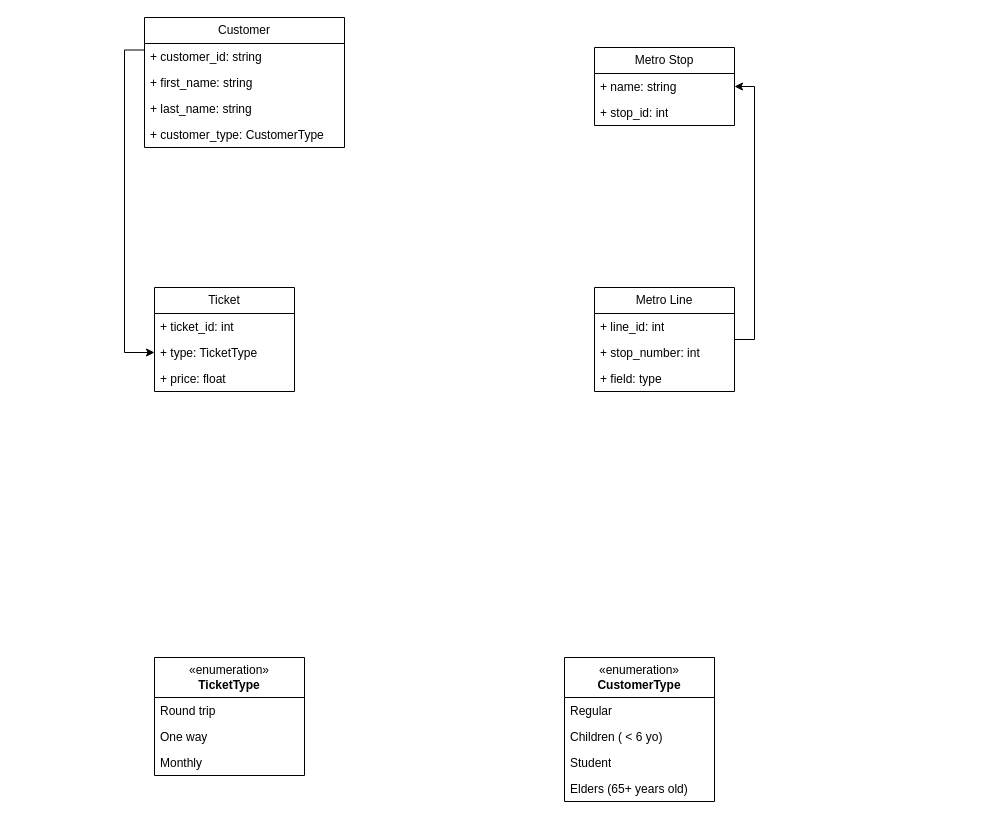
Earlier version of the draw.io diagram metro_project.drawio (emochivo/the_metro_project). Source tidied: cells renumbered, new cells numbered last; positions are measured from the earlier drawing's top-left corner, leaving out a move shared by most shapes. Both pictures are drawn from the tidied source at 100%, with x=0, y=0 at pixel (144, 17).
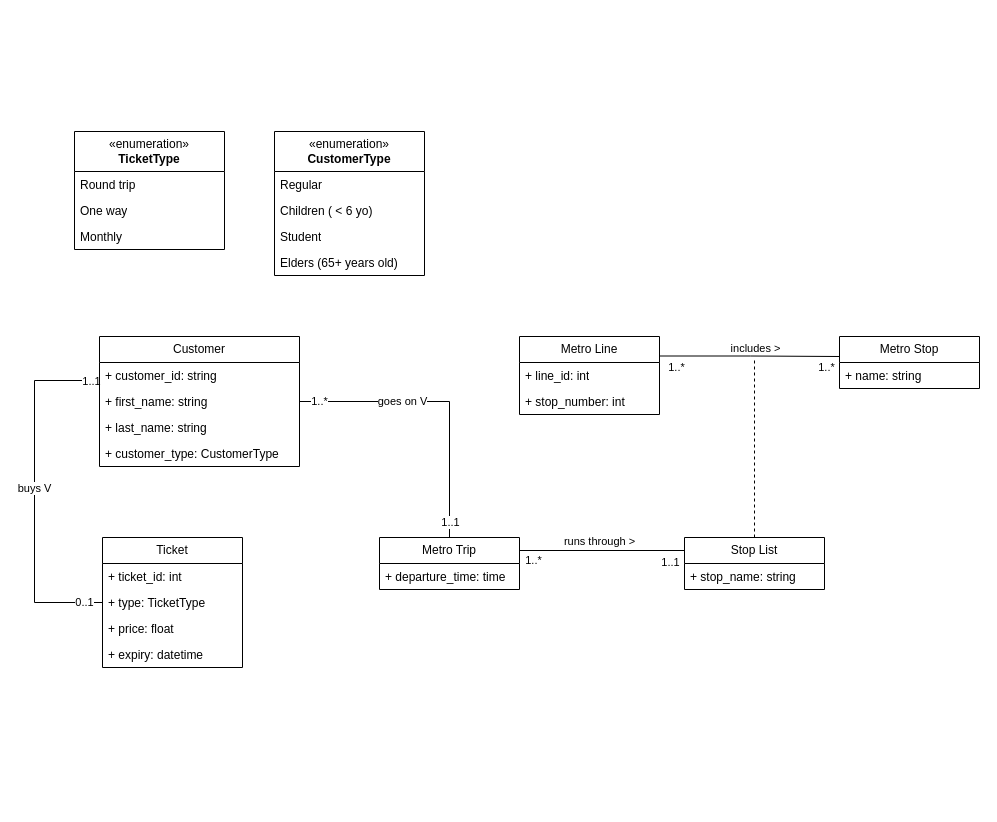
The same page after the edit.

Commit message:
Update the drawio version to the latest UML diagram.

Unchanged cells that the change refers to:
```xml
<mxCell id="5" value="+ first_name: string" style="text;strokeColor=none;fillColor=none;align=left;verticalAlign=top;spacingLeft=4;spacingRight=4;overflow=hidden;points=[[0,0.5],[1,0.5]];portConstraint=eastwest;whiteSpace=wrap;html=1;" parent="3" vertex="1">
  <mxGeometry y="52" width="200" height="26" as="geometry" />
</mxCell>
<mxCell id="9" value="+ name: string" style="text;strokeColor=none;fillColor=none;align=left;verticalAlign=top;spacingLeft=4;spacingRight=4;overflow=hidden;points=[[0,0.5],[1,0.5]];portConstraint=eastwest;whiteSpace=wrap;html=1;" parent="8" vertex="1">
  <mxGeometry y="26" width="140" height="26" as="geometry" />
</mxCell>
<mxCell id="18" value="+ type: TicketType" style="text;strokeColor=none;fillColor=none;align=left;verticalAlign=top;spacingLeft=4;spacingRight=4;overflow=hidden;points=[[0,0.5],[1,0.5]];portConstraint=eastwest;whiteSpace=wrap;html=1;" parent="16" vertex="1">
  <mxGeometry y="52" width="140" height="26" as="geometry" />
</mxCell>
```

Diff of the diagram source:
```diff
@@
-    <mxCell id="2" style="edgeStyle=orthogonalEdgeStyle;rounded=0;jettySize=auto;html=1;exitX=0;exitY=0.25;exitDx=0;exitDy=0;entryX=0;entryY=0.5;entryDx=0;entryDy=0;" parent="1" edge="1" source="3" target="18">
-      <mxGeometry relative="1" as="geometry" />
+    <mxCell id="2" style="edgeStyle=orthogonalEdgeStyle;rounded=0;jettySize=auto;html=1;exitX=0;exitY=0.25;exitDx=0;exitDy=0;entryX=0;entryY=0.5;entryDx=0;entryDy=0;endArrow=none;endFill=0;" parent="1" edge="1" source="3" target="18">
+      <mxGeometry relative="1" as="geometry">
+        <Array as="points">
+          <mxPoint x="-45" y="363" />
+          <mxPoint x="-110" y="363" />
+          <mxPoint x="-110" y="585" />
+        </Array>
+      </mxGeometry>
     </mxCell>
+    <mxCell id="29" value="0..1" style="edgeLabel;html=1;align=center;verticalAlign=middle;" parent="2" vertex="1">
+      <mxGeometry x="0.9" y="1" relative="1" as="geometry" />
+    </mxCell>
+    <mxCell id="30" value="1..1" style="edgeLabel;html=1;align=center;verticalAlign=middle;" parent="2" vertex="1">
+      <mxGeometry x="-0.89" relative="1" as="geometry" />
+    </mxCell>
+    <mxCell id="31" value="buys V" style="edgeLabel;html=1;align=center;verticalAlign=middle;" parent="2" vertex="1">
+      <mxGeometry x="0.01" y="-1" relative="1" as="geometry">
+        <mxPoint y="-1" as="offset" />
+      </mxGeometry>
+    </mxCell>
     <mxCell id="3" value="Customer" style="swimlane;fontStyle=0;horizontal=1;startSize=26;fillColor=none;whiteSpace=wrap;html=1;" parent="1" vertex="1">
-      <mxGeometry width="200" height="130" as="geometry" />
+      <mxGeometry x="-45" y="319" width="200" height="130" as="geometry" />
     </mxCell>
@@
     <mxCell id="8" value="Metro Stop" style="swimlane;fontStyle=0;horizontal=1;startSize=26;fillColor=none;whiteSpace=wrap;html=1;" parent="1" vertex="1">
-      <mxGeometry x="450" y="30" width="140" height="78" as="geometry" />
+      <mxGeometry x="695" y="319" width="140" height="52" as="geometry" />
     </mxCell>
@@
-    <mxCell id="10" value="+ stop_id: int" style="text;strokeColor=none;fillColor=none;align=left;verticalAlign=top;spacingLeft=4;spacingRight=4;overflow=hidden;whiteSpace=wrap;html=1;" parent="8" vertex="1">
-      <mxGeometry y="52" width="140" height="26" as="geometry" />
-    </mxCell>
-    <mxCell id="11" style="edgeStyle=orthogonalEdgeStyle;rounded=0;jettySize=auto;html=1;exitX=1;exitY=0.5;exitDx=0;exitDy=0;entryX=1;entryY=0.5;entryDx=0;entryDy=0;" parent="1" edge="1" source="12" target="9">
-      <mxGeometry relative="1" as="geometry" />
+    <mxCell id="11" style="edgeStyle=orthogonalEdgeStyle;rounded=0;jettySize=auto;html=1;exitX=1;exitY=0.25;exitDx=0;exitDy=0;endArrow=none;endFill=0;entryX=0;entryY=0.25;entryDx=0;entryDy=0;" parent="1" edge="1" source="12" target="8">
+      <mxGeometry relative="1" as="geometry">
+        <Array as="points">
+          <mxPoint x="606" y="339" />
+          <mxPoint x="606" y="339" />
+        </Array>
+      </mxGeometry>
     </mxCell>
+    <mxCell id="32" value="includes &amp;gt;" style="edgeLabel;html=1;align=center;verticalAlign=middle;" parent="11" vertex="1">
+      <mxGeometry x="-0.08" relative="1" as="geometry">
+        <mxPoint x="9" y="-8" as="offset" />
+      </mxGeometry>
+    </mxCell>
+    <mxCell id="33" value="1..*" style="edgeLabel;html=1;align=center;verticalAlign=middle;" parent="11" vertex="1">
+      <mxGeometry x="0.9" y="-1" relative="1" as="geometry">
+        <mxPoint x="-11" y="10" as="offset" />
+      </mxGeometry>
+    </mxCell>
+    <mxCell id="34" value="1..*" style="edgeLabel;html=1;align=center;verticalAlign=middle;" parent="11" vertex="1">
+      <mxGeometry x="-0.93" y="1" relative="1" as="geometry">
+        <mxPoint x="9" y="12" as="offset" />
+      </mxGeometry>
+    </mxCell>
     <mxCell id="12" value="Metro Line" style="swimlane;fontStyle=0;horizontal=1;startSize=26;fillColor=none;whiteSpace=wrap;html=1;" parent="1" vertex="1">
-      <mxGeometry x="450" y="270" width="140" height="104" as="geometry" />
+      <mxGeometry x="375" y="319" width="140" height="78" as="geometry" />
     </mxCell>
@@
-    <mxCell id="15" value="+ field: type" style="text;strokeColor=none;fillColor=none;align=left;verticalAlign=top;spacingLeft=4;spacingRight=4;overflow=hidden;whiteSpace=wrap;html=1;" parent="12" vertex="1">
-      <mxGeometry y="78" width="140" height="26" as="geometry" />
-    </mxCell>
     <mxCell id="16" value="Ticket" style="swimlane;fontStyle=0;horizontal=1;startSize=26;fillColor=none;whiteSpace=wrap;html=1;" parent="1" vertex="1">
-      <mxGeometry x="10" y="270" width="140" height="104" as="geometry" />
+      <mxGeometry x="-42" y="520" width="140" height="130" as="geometry" />
     </mxCell>
@@
+    <mxCell id="35" value="+ expiry: datetime" style="text;strokeColor=none;fillColor=none;align=left;verticalAlign=top;spacingLeft=4;spacingRight=4;overflow=hidden;whiteSpace=wrap;html=1;" parent="16" vertex="1">
+      <mxGeometry y="104" width="140" height="26" as="geometry" />
+    </mxCell>
     <mxCell id="20" value="«enumeration»&lt;br&gt;&lt;b&gt;CustomerType&lt;/b&gt;" style="swimlane;fontStyle=0;horizontal=1;startSize=40;fillColor=none;whiteSpace=wrap;html=1;" parent="1" vertex="1">
-      <mxGeometry x="420" y="640" width="150" height="144" as="geometry" />
+      <mxGeometry x="130" y="114" width="150" height="144" as="geometry" />
     </mxCell>
@@
     <mxCell id="25" value="«enumeration»&lt;br&gt;&lt;b&gt;TicketType&lt;/b&gt;" style="swimlane;fontStyle=0;horizontal=1;startSize=40;fillColor=none;whiteSpace=wrap;html=1;" parent="1" vertex="1">
-      <mxGeometry x="10" y="640" width="150" height="118" as="geometry" />
+      <mxGeometry x="-70" y="114" width="150" height="118" as="geometry" />
     </mxCell>
@@
+    <mxCell id="36" style="edgeStyle=orthogonalEdgeStyle;rounded=0;jettySize=auto;html=1;exitX=1;exitY=0.25;exitDx=0;exitDy=0;entryX=0;entryY=0.25;entryDx=0;entryDy=0;endArrow=none;endFill=0;" parent="1" edge="1" source="40" target="43">
+      <mxGeometry relative="1" as="geometry" />
+    </mxCell>
+    <mxCell id="37" value="1..1" style="edgeLabel;html=1;align=center;verticalAlign=middle;" parent="36" vertex="1">
+      <mxGeometry x="0.76" relative="1" as="geometry">
+        <mxPoint x="5" y="11" as="offset" />
+      </mxGeometry>
+    </mxCell>
+    <mxCell id="38" value="1..*" style="edgeLabel;html=1;align=center;verticalAlign=middle;" parent="36" vertex="1">
+      <mxGeometry x="-0.81" relative="1" as="geometry">
+        <mxPoint x="-3" y="9" as="offset" />
+      </mxGeometry>
+    </mxCell>
+    <mxCell id="39" value="runs through &amp;gt;" style="edgeLabel;html=1;align=center;verticalAlign=middle;" parent="36" vertex="1">
+      <mxGeometry x="-0.04" y="1" relative="1" as="geometry">
+        <mxPoint y="-9" as="offset" />
+      </mxGeometry>
+    </mxCell>
+    <mxCell id="40" value="Metro Trip" style="swimlane;fontStyle=0;horizontal=1;startSize=26;fillColor=none;whiteSpace=wrap;html=1;" parent="1" vertex="1">
+      <mxGeometry x="235" y="520" width="140" height="52" as="geometry" />
+    </mxCell>
+    <mxCell id="41" value="+ departure_time: time" style="text;strokeColor=none;fillColor=none;align=left;verticalAlign=top;spacingLeft=4;spacingRight=4;overflow=hidden;whiteSpace=wrap;html=1;" parent="40" vertex="1">
+      <mxGeometry y="26" width="140" height="26" as="geometry" />
+    </mxCell>
+    <mxCell id="42" style="edgeStyle=orthogonalEdgeStyle;rounded=0;jettySize=auto;html=1;endArrow=none;endFill=0;dashed=1;" parent="1" edge="1" source="43">
+      <mxGeometry relative="1" as="geometry">
+        <mxPoint x="610" y="340" as="targetPoint" />
+      </mxGeometry>
+    </mxCell>
+    <mxCell id="43" value="Stop List" style="swimlane;fontStyle=0;horizontal=1;startSize=26;fillColor=none;whiteSpace=wrap;html=1;" parent="1" vertex="1">
+      <mxGeometry x="540" y="520" width="140" height="52" as="geometry" />
+    </mxCell>
+    <mxCell id="44" value="+ stop_name: string" style="text;strokeColor=none;fillColor=none;align=left;verticalAlign=top;spacingLeft=4;spacingRight=4;overflow=hidden;whiteSpace=wrap;html=1;" parent="43" vertex="1">
+      <mxGeometry y="26" width="140" height="26" as="geometry" />
+    </mxCell>
+    <mxCell id="45" style="edgeStyle=orthogonalEdgeStyle;rounded=0;jettySize=auto;html=1;exitX=1;exitY=0.5;exitDx=0;exitDy=0;entryX=0.5;entryY=0;entryDx=0;entryDy=0;endArrow=none;endFill=0;" parent="1" edge="1" source="5" target="40">
+      <mxGeometry relative="1" as="geometry" />
+    </mxCell>
+    <mxCell id="46" value="1..*" style="edgeLabel;html=1;align=center;verticalAlign=middle;" parent="45" vertex="1">
+      <mxGeometry x="-0.87" y="1" relative="1" as="geometry" />
+    </mxCell>
+    <mxCell id="47" value="1..1" style="edgeLabel;html=1;align=center;verticalAlign=middle;" parent="45" vertex="1">
+      <mxGeometry x="0.86" relative="1" as="geometry">
+        <mxPoint y="4" as="offset" />
+      </mxGeometry>
+    </mxCell>
+    <mxCell id="48" value="goes on V" style="edgeLabel;html=1;align=center;verticalAlign=middle;" parent="45" vertex="1">
+      <mxGeometry x="-0.29" y="1" relative="1" as="geometry" />
+    </mxCell>
```
